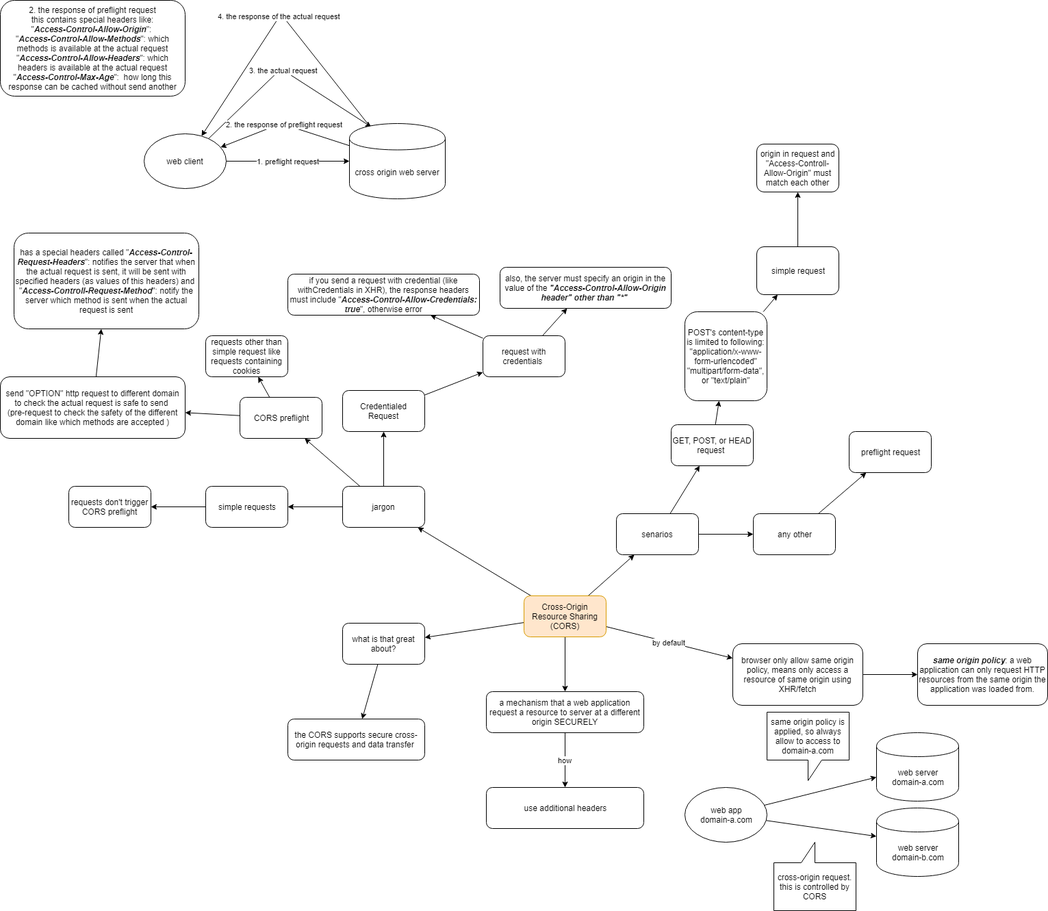
Before: CORS_concept.PNG, a diagram exported from draw.io (stsiwo/rest_api_concept). Source tidied: cells renumbered, new cells last; positions are measured from the earlier drawing's top-left corner, leaving out a move shared by most shapes.
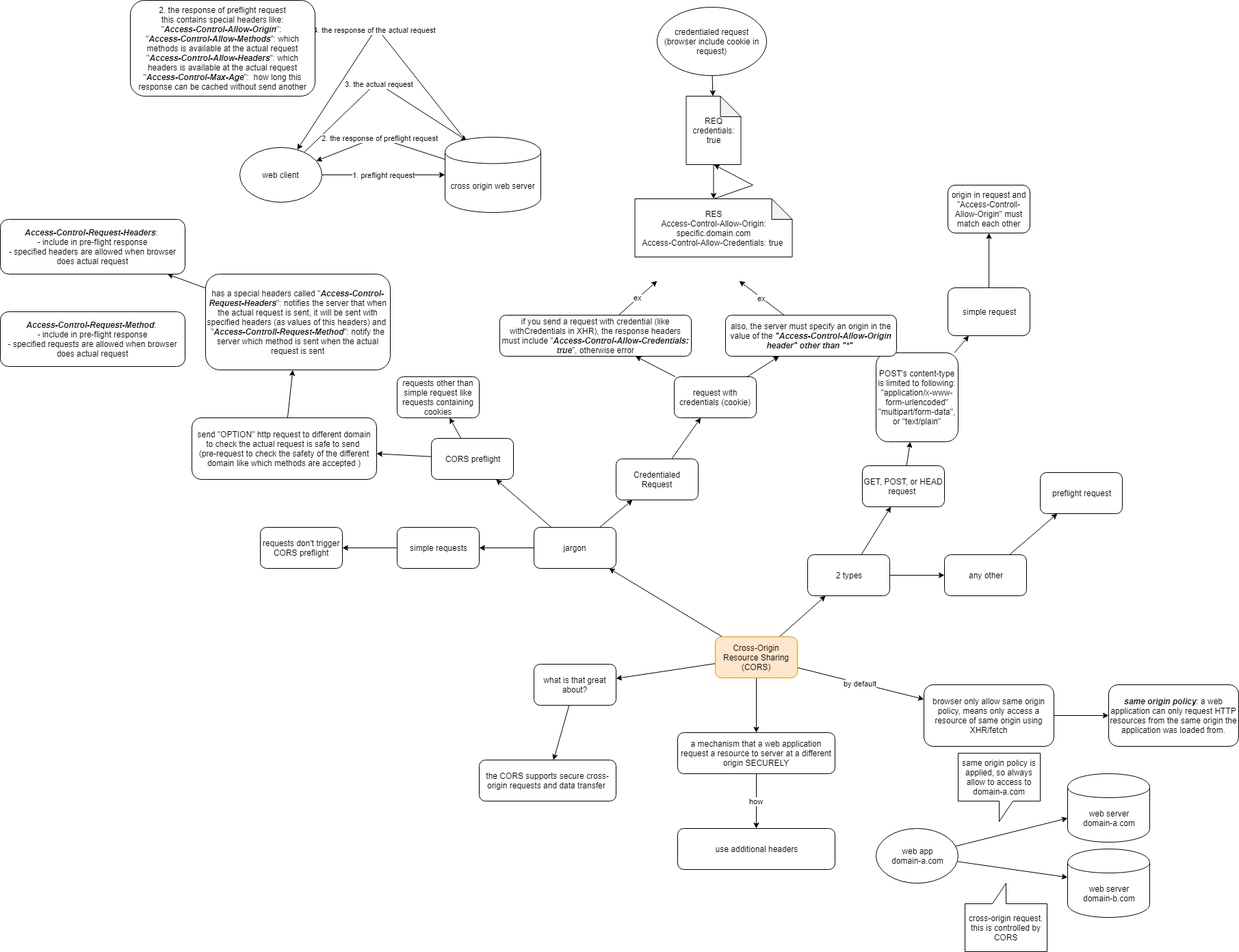
After the change.

What changed in the source:
```diff
@@ -26,7 +26,7 @@
     <mxCell id="9" style="edgeStyle=none;rounded=0;html=1;jettySize=auto;" parent="1" edge="1" source="10" target="12">
       <mxGeometry relative="1" as="geometry" />
     </mxCell>
-    <mxCell id="10" value="senarios" style="rounded=1;whiteSpace=wrap;html=1;fillColor=#ffffff;strokeColor=#000000;" parent="1" vertex="1">
+    <mxCell id="10" value="2 types" style="rounded=1;whiteSpace=wrap;html=1;fillColor=#ffffff;strokeColor=#000000;" parent="1" vertex="1">
       <mxGeometry x="900" y="750" width="120" height="60" as="geometry" />
     </mxCell>
     <mxCell id="11" style="edgeStyle=none;rounded=0;html=1;jettySize=auto;" parent="1" edge="1" source="12" target="13">
@@ -75,7 +75,7 @@
       <mxGeometry relative="1" as="geometry" />
     </mxCell>
     <mxCell id="26" value="Credentialed Request" style="rounded=1;whiteSpace=wrap;html=1;" parent="1" vertex="1">
-      <mxGeometry x="500" y="570" width="120" height="60" as="geometry" />
+      <mxGeometry x="620" y="610" width="120" height="60" as="geometry" />
     </mxCell>
     <mxCell id="27" style="edgeStyle=none;rounded=0;html=1;jettySize=auto;" parent="1" edge="1" source="29" target="31">
       <mxGeometry relative="1" as="geometry" />
@@ -83,14 +83,24 @@
     <mxCell id="28" style="edgeStyle=none;rounded=0;html=1;jettySize=auto;" parent="1" edge="1" source="29" target="30">
       <mxGeometry relative="1" as="geometry" />
     </mxCell>
-    <mxCell id="29" value="request with credentials&amp;nbsp;" style="rounded=1;whiteSpace=wrap;html=1;" parent="1" vertex="1">
+    <mxCell id="29" value="request with credentials (cookie)" style="rounded=1;whiteSpace=wrap;html=1;" parent="1" vertex="1">
       <mxGeometry x="705" y="490" width="120" height="60" as="geometry" />
     </mxCell>
+    <mxCell id="65" value="ex" style="edgeStyle=none;rounded=0;jettySize=auto;html=1;" parent="1" edge="1" source="30">
+      <mxGeometry relative="1" as="geometry">
+        <mxPoint x="800" y="350" as="targetPoint" />
+      </mxGeometry>
+    </mxCell>
     <mxCell id="30" value="also, the server must specify an origin in the value of the &lt;b&gt;&lt;i&gt;&quot;Access-Control-Allow-Origin header&quot; other than &quot;*&quot;&lt;/i&gt;&lt;/b&gt;&amp;nbsp;" style="rounded=1;whiteSpace=wrap;html=1;" parent="1" vertex="1">
-      <mxGeometry x="730" y="390" width="250" height="60" as="geometry" />
+      <mxGeometry x="780" y="400" width="250" height="60" as="geometry" />
     </mxCell>
+    <mxCell id="66" value="ex" style="edgeStyle=none;rounded=0;jettySize=auto;html=1;" parent="1" edge="1" source="31">
+      <mxGeometry relative="1" as="geometry">
+        <mxPoint x="680" y="350" as="targetPoint" />
+      </mxGeometry>
+    </mxCell>
     <mxCell id="31" value="if you send a request with credential (like withCredentials in XHR), the response headers must include &quot;&lt;b&gt;&lt;i&gt;Access-Control-Allow-Credentials: true&lt;/i&gt;&lt;/b&gt;&quot;, otherwise error&lt;br&gt;" style="rounded=1;whiteSpace=wrap;html=1;" parent="1" vertex="1">
-      <mxGeometry x="420" y="400" width="280" height="60" as="geometry" />
+      <mxGeometry x="450" y="400" width="280" height="60" as="geometry" />
     </mxCell>
     <mxCell id="32" style="edgeStyle=none;rounded=0;html=1;jettySize=auto;" parent="1" edge="1" source="34" target="37">
       <mxGeometry relative="1" as="geometry" />
@@ -110,9 +120,15 @@
     <mxCell id="37" value="send &quot;OPTION&quot; http request to different domain to check the actual request is safe to send&amp;nbsp;&lt;br&gt;(pre-request to check the safety of the different domain like which methods are accepted )&lt;br&gt;" style="rounded=1;whiteSpace=wrap;html=1;" parent="1" vertex="1">
       <mxGeometry y="550" width="270" height="90" as="geometry" />
     </mxCell>
+    <mxCell id="67" style="edgeStyle=none;rounded=0;jettySize=auto;html=1;" parent="1" edge="1" source="38" target="68">
+      <mxGeometry relative="1" as="geometry" />
+    </mxCell>
     <mxCell id="38" value="has a special headers called &quot;&lt;b&gt;&lt;i&gt;Access-Control-Request-Headers&lt;/i&gt;&lt;/b&gt;&quot;: notifies the server that when the actual request is sent, it will be sent with specified headers (as values of this headers) and&amp;nbsp;&lt;br&gt;&quot;&lt;b&gt;&lt;i&gt;Access-Controll-Request-Method&lt;/i&gt;&lt;/b&gt;&quot;: notify the server which method is sent when the actual request is sent&lt;br&gt;" style="rounded=1;whiteSpace=wrap;html=1;" parent="1" vertex="1">
       <mxGeometry x="20" y="340" width="270" height="140" as="geometry" />
     </mxCell>
+    <mxCell id="68" value="&lt;b&gt;&lt;i&gt;Access-Control-Request-Headers&lt;/i&gt;&lt;/b&gt;:&amp;nbsp;&lt;br&gt;- include in pre-flight response&lt;br&gt;- specified headers are allowed when browser does actual request&lt;br&gt;" style="rounded=1;whiteSpace=wrap;html=1;" parent="1" vertex="1">
+      <mxGeometry x="-280" y="260" width="270" height="80" as="geometry" />
+    </mxCell>
     <mxCell id="39" style="edgeStyle=none;rounded=0;html=1;jettySize=auto;" parent="1" edge="1" source="40" target="41">
       <mxGeometry relative="1" as="geometry" />
     </mxCell>
@@ -176,32 +192,57 @@
     <mxCell id="59" value="3. the actual request" style="edgeStyle=none;rounded=0;html=1;jettySize=auto;entryX=0.229;entryY=0.045;entryDx=0;entryDy=0;entryPerimeter=0;" parent="1" edge="1" source="60" target="63">
       <mxGeometry relative="1" as="geometry">
         <Array as="points">
-          <mxPoint x="410" y="100" />
+          <mxPoint x="270" y="60" />
         </Array>
       </mxGeometry>
     </mxCell>
     <mxCell id="60" value="web client" style="ellipse;whiteSpace=wrap;html=1;" parent="1" vertex="1">
-      <mxGeometry x="210" y="195" width="120" height="80" as="geometry" />
+      <mxGeometry x="70" y="155" width="120" height="80" as="geometry" />
     </mxCell>
     <mxCell id="61" value="2. the response of preflight request" style="edgeStyle=none;rounded=0;html=1;jettySize=auto;" parent="1" edge="1" source="63" target="60">
       <mxGeometry relative="1" as="geometry">
         <Array as="points">
-          <mxPoint x="410" y="180" />
+          <mxPoint x="270" y="140" />
         </Array>
       </mxGeometry>
     </mxCell>
     <mxCell id="62" value="4. the response of the actual request" style="edgeStyle=none;rounded=0;html=1;jettySize=auto;" parent="1" edge="1" source="63" target="60">
       <mxGeometry relative="1" as="geometry">
         <Array as="points">
-          <mxPoint x="410" y="20" />
+          <mxPoint x="270" y="-20" />
         </Array>
       </mxGeometry>
     </mxCell>
     <mxCell id="63" value="cross origin web server" style="shape=cylinder;whiteSpace=wrap;html=1;boundedLbl=1;backgroundOutline=1;" parent="1" vertex="1">
-      <mxGeometry x="510" y="180" width="140" height="110" as="geometry" />
+      <mxGeometry x="370" y="140" width="140" height="110" as="geometry" />
     </mxCell>
     <mxCell id="64" value="2. the response of preflight request&lt;br&gt;this contains special headers like:&lt;br&gt;&quot;&lt;b&gt;&lt;i&gt;Access-Control-Allow-Origin&lt;/i&gt;&lt;/b&gt;&quot;:&amp;nbsp;&lt;br&gt;&quot;&lt;b&gt;&lt;i&gt;Access-Control-Allow-Methods&lt;/i&gt;&lt;/b&gt;&quot;: which methods is available at the actual request&lt;br&gt;&quot;&lt;b&gt;&lt;i&gt;Access-Control-Allow-Headers&lt;/i&gt;&lt;/b&gt;&quot;: which headers is available at the actual request&lt;br&gt;&quot;&lt;b&gt;&lt;i&gt;Access-Control-Max-Age&lt;/i&gt;&lt;/b&gt;&quot;:&amp;nbsp; how long this response can be cached without send another&lt;br&gt;" style="rounded=1;whiteSpace=wrap;html=1;" parent="1" vertex="1">
-      <mxGeometry width="270" height="140" as="geometry" />
+      <mxGeometry x="-90" y="-60" width="270" height="140" as="geometry" />
     </mxCell>
+    <mxCell id="69" style="edgeStyle=orthogonalEdgeStyle;rounded=0;jettySize=auto;html=1;" parent="1" edge="1" source="70" target="72">
+      <mxGeometry relative="1" as="geometry" />
+    </mxCell>
+    <mxCell id="70" value="REQ&lt;br&gt;credentials: true&lt;br&gt;" style="shape=note;whiteSpace=wrap;html=1;backgroundOutline=1;darkOpacity=0.05;" parent="1" vertex="1">
+      <mxGeometry x="722.5" y="80" width="80" height="100" as="geometry" />
+    </mxCell>
+    <mxCell id="71" style="rounded=0;jettySize=auto;html=1;exitX=0.5;exitY=0;exitDx=0;exitDy=0;exitPerimeter=0;entryX=0.5;entryY=1;entryDx=0;entryDy=0;entryPerimeter=0;" parent="1" edge="1" source="72" target="70">
+      <mxGeometry relative="1" as="geometry">
+        <Array as="points">
+          <mxPoint x="820" y="210" />
+        </Array>
+      </mxGeometry>
+    </mxCell>
+    <mxCell id="72" value="RES&lt;br&gt;Access-Control-Allow-Origin: specific.domain.com&lt;br&gt;Access-Control-Allow-Credentials: true&amp;nbsp;&lt;br&gt;" style="shape=note;whiteSpace=wrap;html=1;backgroundOutline=1;darkOpacity=0.05;" parent="1" vertex="1">
+      <mxGeometry x="647.5" y="230" width="230" height="85" as="geometry" />
+    </mxCell>
+    <mxCell id="73" style="edgeStyle=none;rounded=0;jettySize=auto;html=1;" parent="1" edge="1" source="74" target="70">
+      <mxGeometry relative="1" as="geometry" />
+    </mxCell>
+    <mxCell id="74" value="&lt;span&gt;credentialed request (browser include cookie in request)&lt;/span&gt;" style="ellipse;whiteSpace=wrap;html=1;" parent="1" vertex="1">
+      <mxGeometry x="680" y="-50" width="160" height="100" as="geometry" />
+    </mxCell>
+    <mxCell id="75" value="&lt;b&gt;&lt;i&gt;Access-Control-Request-Method&lt;/i&gt;&lt;/b&gt;:&amp;nbsp;&lt;br&gt;- include in pre-flight response&lt;br&gt;- specified requests are allowed when browser does actual request&lt;br&gt;" style="rounded=1;whiteSpace=wrap;html=1;" parent="1" vertex="1">
+      <mxGeometry x="-280" y="395" width="270" height="80" as="geometry" />
+    </mxCell>
   </root>
 </mxGraphModel>
```
